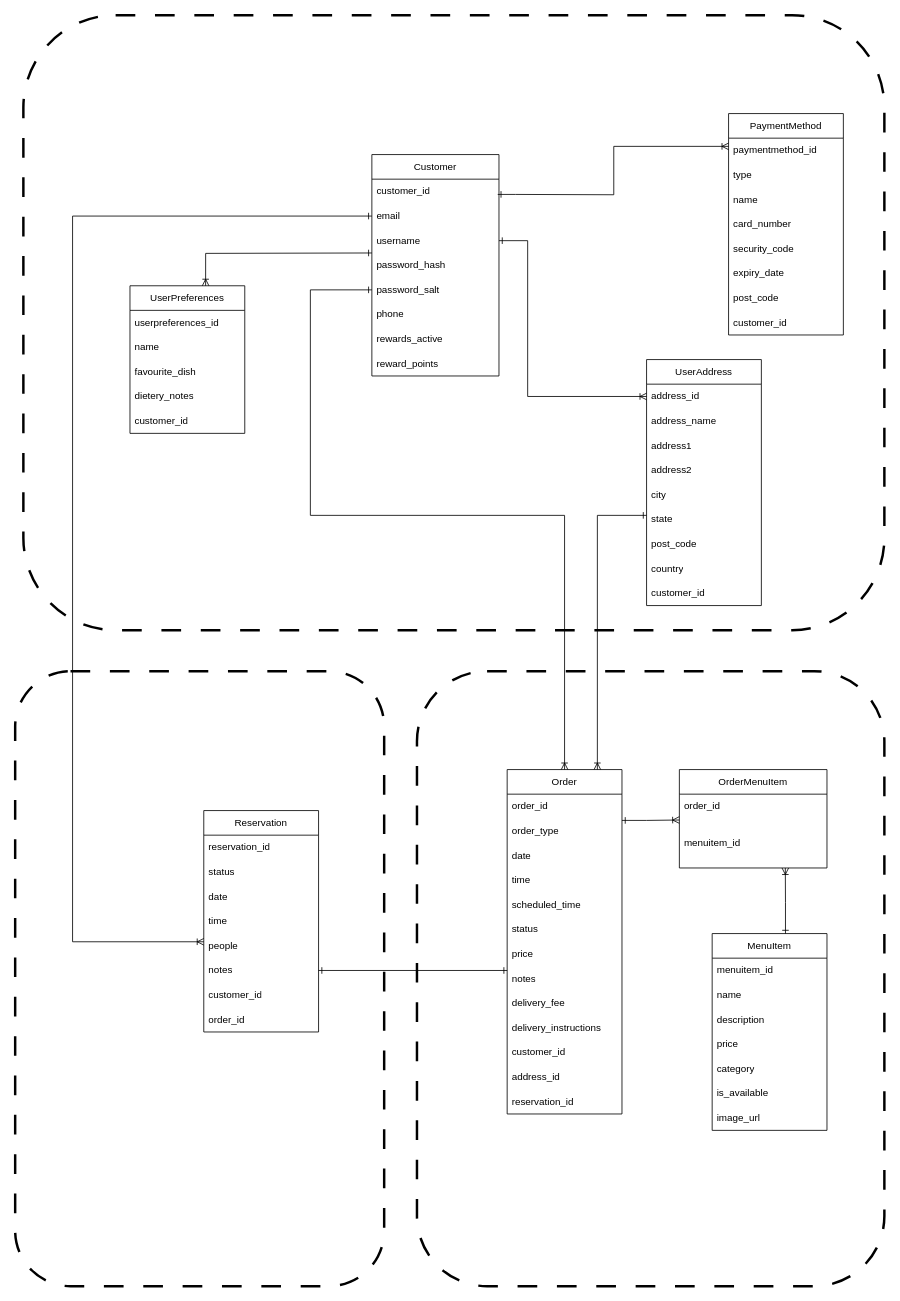
Before: docs/ERD.drawio in Web-Development-UAlberta/exsm-3951-exsm-3943-spring-2025-python-c-project-team-restaurant-c, a draw.io diagram. Source tidied: cells renumbered, new cells numbered last; positions are measured from the earlier drawing's top-left corner, leaving out a move shared by most shapes. Both pictures are drawn from the tidied source at 82%, with x=0, y=0 at pixel (15, 15).
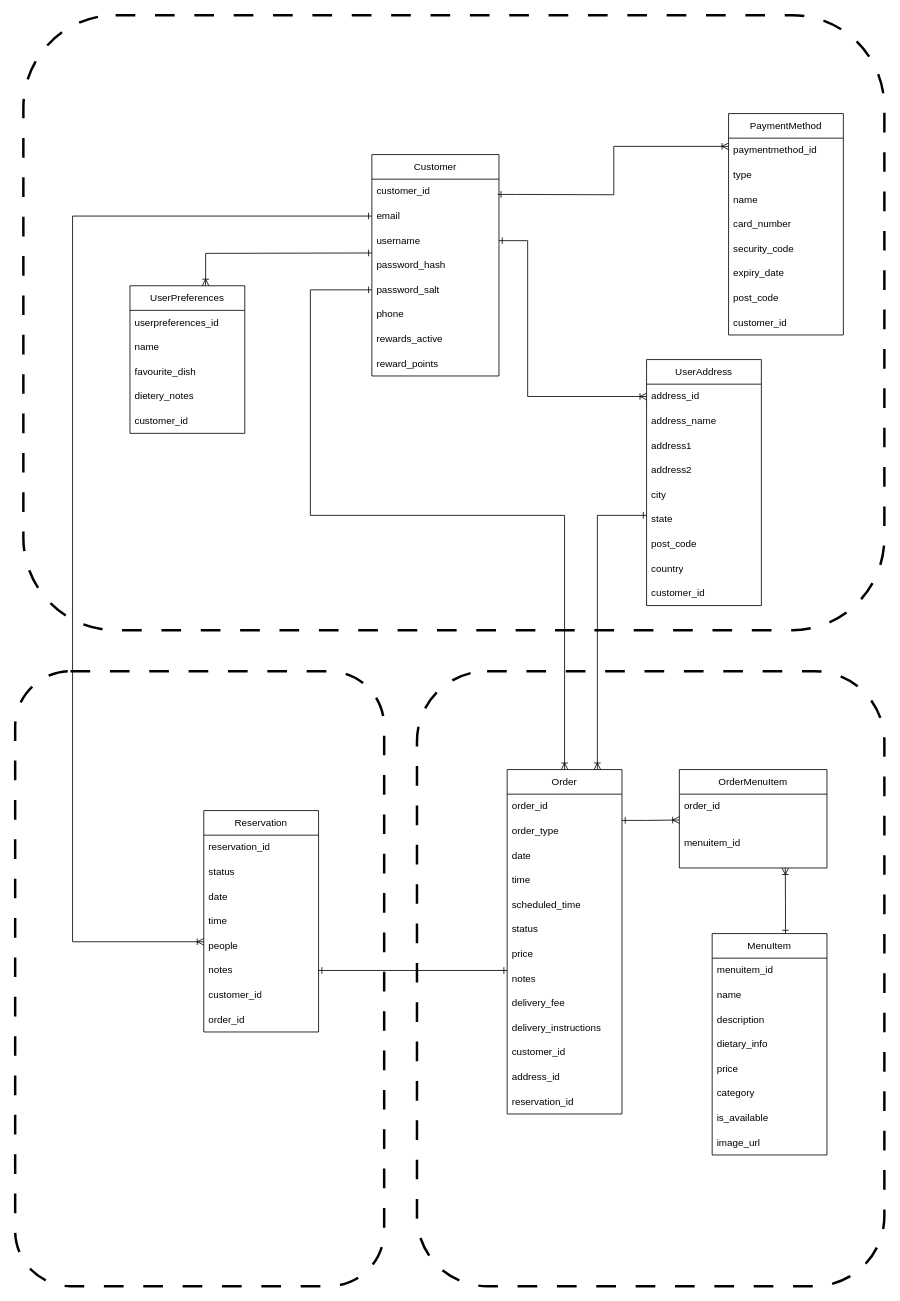
Above is the later version.

Commit message:
Add dietary_info to MenuItem table;

What changed in the source:
```diff
@@
     <mxCell id="5" value="MenuItem" style="swimlane;fontStyle=0;horizontal=1;startSize=30;whiteSpace=wrap;html=1;" parent="1" vertex="1">
-      <mxGeometry x="850" y="1120" width="140" height="240" as="geometry" />
+      <mxGeometry x="850" y="1120" width="140" height="270" as="geometry" />
     </mxCell>
@@
+    <mxCell id="82" value="dietary_info" style="text;strokeColor=none;fillColor=none;align=left;verticalAlign=middle;spacingLeft=4;spacingRight=4;overflow=hidden;whiteSpace=wrap;html=1;" parent="5" vertex="1">
+      <mxGeometry y="120" width="140" height="30" as="geometry" />
+    </mxCell>
     <mxCell id="9" value="price" style="text;strokeColor=none;fillColor=none;align=left;verticalAlign=middle;spacingLeft=4;spacingRight=4;overflow=hidden;whiteSpace=wrap;html=1;" parent="5" vertex="1">
-      <mxGeometry y="120" width="140" height="30" as="geometry" />
+      <mxGeometry y="150" width="140" height="30" as="geometry" />
     </mxCell>
     <mxCell id="10" value="category" style="text;strokeColor=none;fillColor=none;align=left;verticalAlign=middle;spacingLeft=4;spacingRight=4;overflow=hidden;whiteSpace=wrap;html=1;" parent="5" vertex="1">
-      <mxGeometry y="150" width="140" height="30" as="geometry" />
+      <mxGeometry y="180" width="140" height="30" as="geometry" />
     </mxCell>
     <mxCell id="11" value="is_available" style="text;strokeColor=none;fillColor=none;align=left;verticalAlign=middle;spacingLeft=4;spacingRight=4;overflow=hidden;whiteSpace=wrap;html=1;" parent="5" vertex="1">
-      <mxGeometry y="180" width="140" height="30" as="geometry" />
+      <mxGeometry y="210" width="140" height="30" as="geometry" />
     </mxCell>
     <mxCell id="12" value="image_url" style="text;strokeColor=none;fillColor=none;align=left;verticalAlign=middle;spacingLeft=4;spacingRight=4;overflow=hidden;whiteSpace=wrap;html=1;" parent="5" vertex="1">
-      <mxGeometry y="210" width="140" height="30" as="geometry" />
+      <mxGeometry y="240" width="140" height="30" as="geometry" />
     </mxCell>
```
